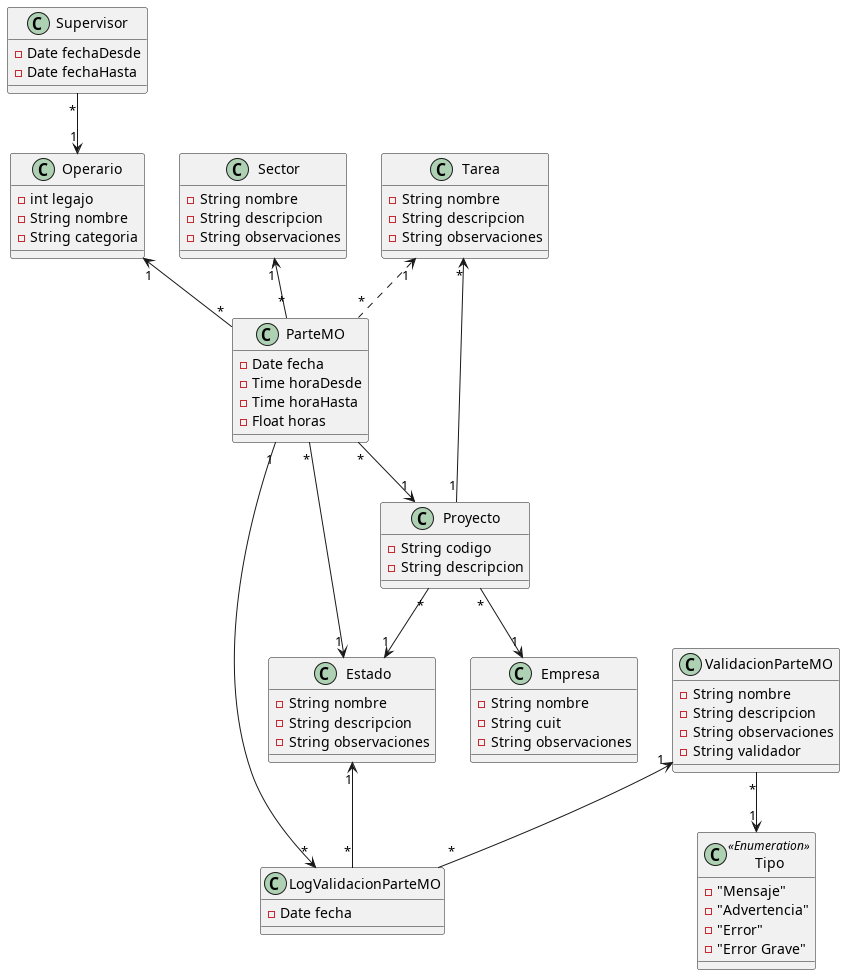
Earlier version of the PlantUML export diagrama.png (bristalandres/partesmo).
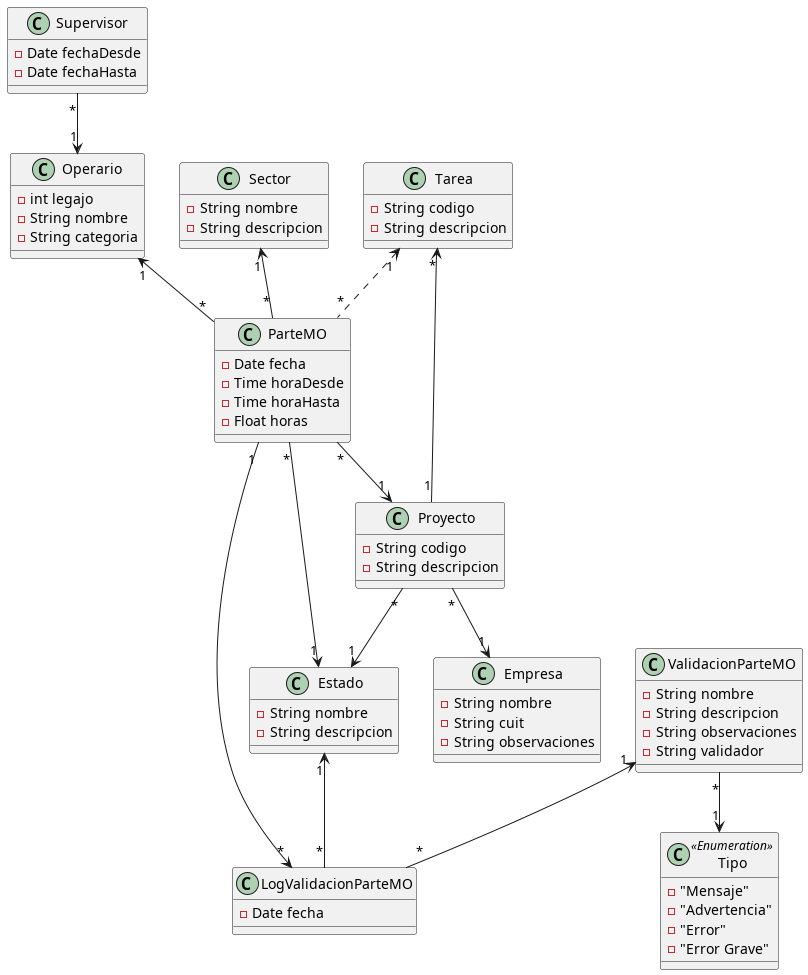
Above is the later version.

What changed in the source:
```diff
@@ -25,12 +25,10 @@
 class Sector{
   -String nombre
   -String descripcion
-  -String observaciones
 }
 class Tarea{
-  -String nombre
+  -String codigo
   -String descripcion
-  -String observaciones
 }
 class ParteMO{
   -Date fecha
@@ -50,7 +48,6 @@
 class Estado{
   -String nombre
   -String descripcion
-  -String observaciones
 }
 class LogValidacionParteMO{
   -Date fecha
```
